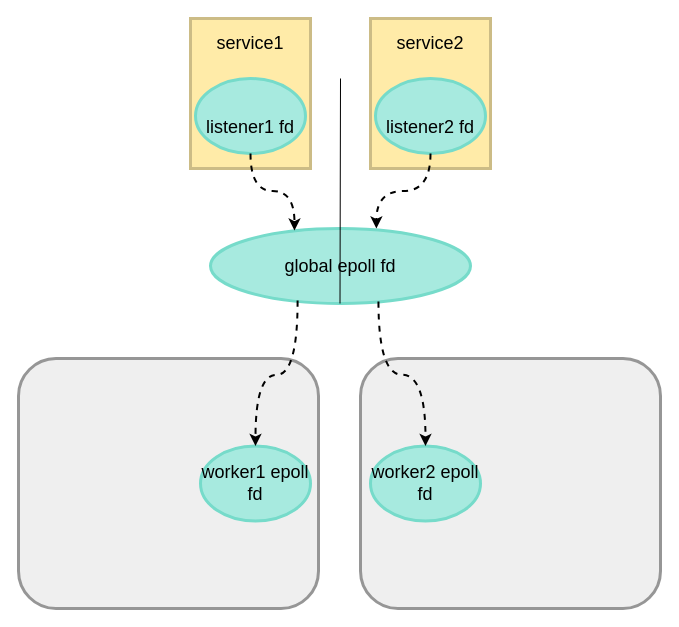
Above: page "第 1 页" (1 of 2) of MaxScale.drawio in alchemy-lee/common-resource (draw.io), before the change. Source tidied: cells renumbered, new cells numbered last; positions are measured from the earlier drawing's top-left corner, leaving out a move shared by most shapes. Both pictures are drawn from the tidied source at 100%, with x=0, y=0 at pixel (18, 18).
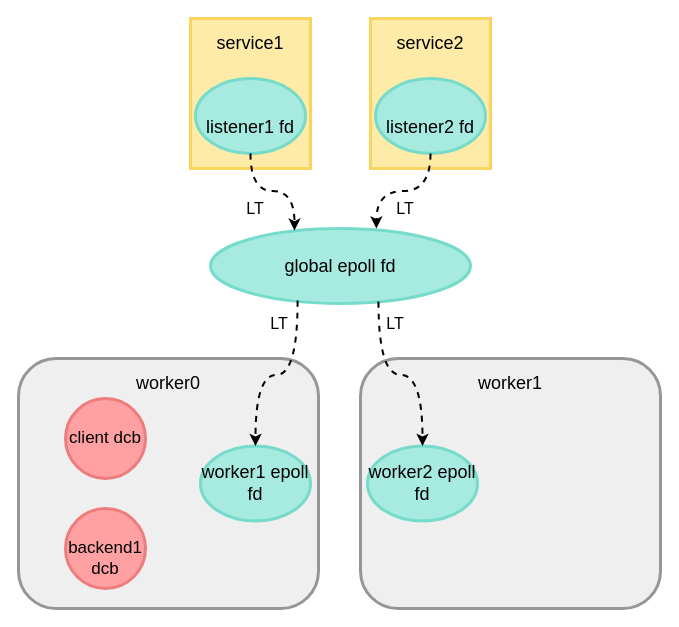
Above is the later version.

The change refers to these unchanged cells:
```xml
<mxCell id="10" style="group;" parent="1" vertex="1">
  <mxGeometry x="172" width="120" height="150" as="geometry" />
</mxCell>
<mxCell id="15" style="group;" parent="1" vertex="1">
  <mxGeometry x="352" width="120" height="150" as="geometry" />
</mxCell>
```

Diff of the diagram source:
```diff
@@
     <mxCell id="7" value="&lt;font face=&quot;JetBrainsMonoNL Nerd Font Mono&quot; style=&quot;font-size: 18px;&quot;&gt;worker2 epoll fd&lt;/font&gt;" style="ellipse;whiteSpace=wrap;html=1;align=center;fillColor=#a7eadf;strokeColor=#76dbca;strokeWidth=3;" parent="1" vertex="1">
-      <mxGeometry x="352" y="427.5" width="110" height="75" as="geometry" />
+      <mxGeometry x="349" y="427.5" width="110" height="75" as="geometry" />
     </mxCell>
@@
-    <mxCell id="9" style="endArrow=none;html=1;rounded=0;" parent="1" edge="1">
-      <mxGeometry relative="1" as="geometry">
-        <mxPoint x="321.5" y="285" as="sourcePoint" />
-        <mxPoint x="322" y="60" as="targetPoint" />
-      </mxGeometry>
-    </mxCell>
@@
-    <mxCell id="11" style="rounded=0;whiteSpace=wrap;html=1;fillColor=#ffeba8;strokeColor=#CCBC86;strokeWidth=3;" parent="10" vertex="1">
+    <mxCell id="11" style="rounded=0;whiteSpace=wrap;html=1;fillColor=#ffeba8;strokeColor=#f9d55d;strokeWidth=3;" parent="10" vertex="1">
       <mxGeometry width="120" height="150" as="geometry" />
     </mxCell>
@@
-    <mxCell id="16" style="rounded=0;whiteSpace=wrap;html=1;fillColor=#ffeba8;strokeColor=#CCBC86;strokeWidth=3;" parent="15" vertex="1">
+    <mxCell id="16" style="rounded=0;whiteSpace=wrap;html=1;fillColor=#ffeba8;strokeColor=#f8d560;strokeWidth=3;" parent="15" vertex="1">
       <mxGeometry width="120" height="150" as="geometry" />
     </mxCell>
@@
+    <mxCell id="20" value="&lt;font face=&quot;JetBrainsMonoNL Nerd Font Mono&quot; style=&quot;font-size: 16px;&quot;&gt;LT&lt;/font&gt;" style="text;html=1;strokeColor=none;fillColor=none;align=center;verticalAlign=middle;whiteSpace=wrap;rounded=0;" parent="1" vertex="1">
+      <mxGeometry x="217" y="180" width="40" height="20" as="geometry" />
+    </mxCell>
+    <mxCell id="21" value="&lt;font face=&quot;JetBrainsMonoNL Nerd Font Mono&quot; style=&quot;font-size: 16px;&quot;&gt;LT&lt;/font&gt;" style="text;html=1;strokeColor=none;fillColor=none;align=center;verticalAlign=middle;whiteSpace=wrap;rounded=0;" parent="1" vertex="1">
+      <mxGeometry x="367" y="180" width="40" height="20" as="geometry" />
+    </mxCell>
+    <mxCell id="22" value="&lt;font face=&quot;JetBrainsMonoNL Nerd Font Mono&quot; style=&quot;font-size: 16px;&quot;&gt;LT&lt;/font&gt;" style="text;html=1;strokeColor=none;fillColor=none;align=center;verticalAlign=middle;whiteSpace=wrap;rounded=0;" parent="1" vertex="1">
+      <mxGeometry x="241" y="295" width="40" height="20" as="geometry" />
+    </mxCell>
+    <mxCell id="23" value="&lt;font face=&quot;JetBrainsMonoNL Nerd Font Mono&quot; style=&quot;font-size: 16px;&quot;&gt;LT&lt;/font&gt;" style="text;html=1;strokeColor=none;fillColor=none;align=center;verticalAlign=middle;whiteSpace=wrap;rounded=0;" parent="1" vertex="1">
+      <mxGeometry x="357" y="295" width="40" height="20" as="geometry" />
+    </mxCell>
+    <mxCell id="24" value="&lt;font face=&quot;JetBrainsMonoNL Nerd Font Mono&quot; style=&quot;font-size: 18px;&quot;&gt;worker0&lt;/font&gt;" style="text;html=1;strokeColor=none;fillColor=none;align=center;verticalAlign=middle;whiteSpace=wrap;rounded=0;" parent="1" vertex="1">
+      <mxGeometry x="100" y="350" width="100" height="30" as="geometry" />
+    </mxCell>
+    <mxCell id="25" value="&lt;font face=&quot;JetBrainsMonoNL Nerd Font Mono&quot; style=&quot;font-size: 18px;&quot;&gt;worker1&lt;/font&gt;" style="text;html=1;strokeColor=none;fillColor=none;align=center;verticalAlign=middle;whiteSpace=wrap;rounded=0;" parent="1" vertex="1">
+      <mxGeometry x="442" y="350" width="100" height="30" as="geometry" />
+    </mxCell>
+    <mxCell id="26" value="&lt;font style=&quot;font-size: 17px;&quot; face=&quot;JetBrainsMonoNL Nerd Font Mono&quot;&gt;client dcb&lt;/font&gt;" style="ellipse;whiteSpace=wrap;html=1;fillColor=#ffa0a2;strokeColor=#ee7c7c;strokeWidth=3;" parent="1" vertex="1">
+      <mxGeometry x="47" y="380" width="80" height="80" as="geometry" />
+    </mxCell>
+    <mxCell id="27" value="&lt;font style=&quot;font-size: 17px;&quot; face=&quot;JetBrainsMonoNL Nerd Font Mono&quot;&gt;&lt;br&gt;backend1 dcb&lt;/font&gt;" style="ellipse;whiteSpace=wrap;html=1;fillColor=#ffa0a2;strokeColor=#ee7c7c;strokeWidth=3;" parent="1" vertex="1">
+      <mxGeometry x="47" y="490" width="80" height="80" as="geometry" />
+    </mxCell>
```
